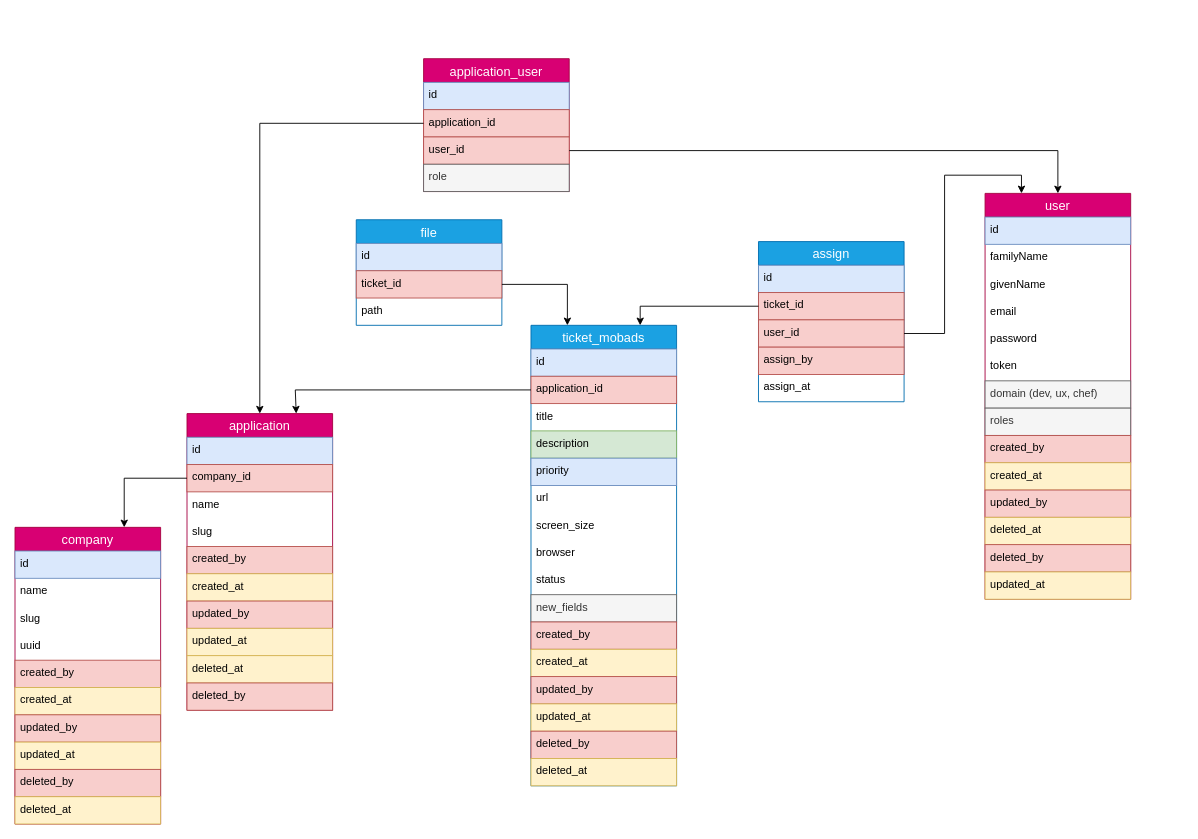
Before: doc/api_ticketManager.drawio in Naltpom/api_ticketManager, a draw.io diagram. Source tidied: cells renumbered, new cells numbered last; positions are measured from the earlier drawing's top-left corner, leaving out a move shared by most shapes. Both pictures are drawn from the tidied source at 91%, with x=0, y=0 at pixel (15, 58).
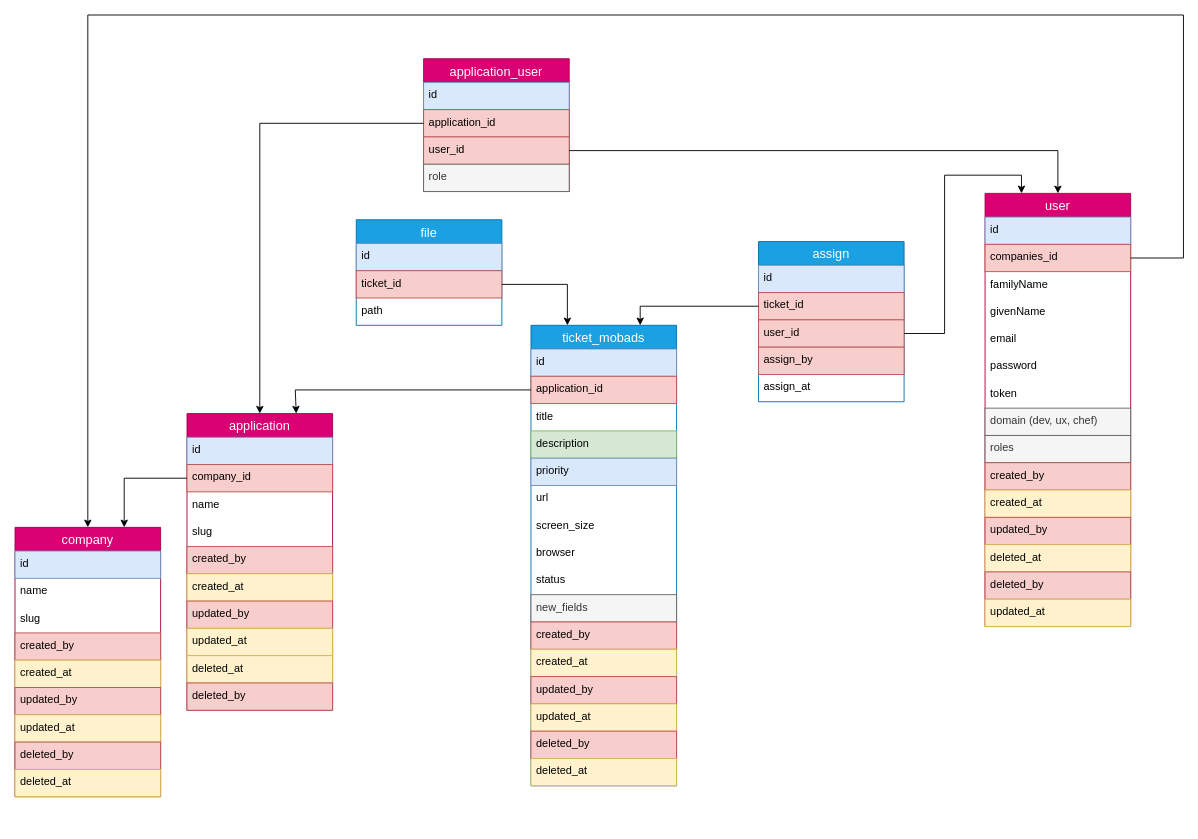
Above is the later version.

The edit, as a diff of the source:
```diff
@@
     <mxCell id="2" value="company" style="swimlane;fontStyle=0;horizontal=1;startSize=26;align=center;fontSize=14;fillColor=#d80073;strokeColor=#A50040;fontColor=#ffffff;" parent="1" vertex="1">
-      <mxGeometry y="515" width="160" height="326" as="geometry" />
+      <mxGeometry y="515" width="160" height="296" as="geometry" />
     </mxCell>
@@
-    <mxCell id="6" value="uuid" style="text;strokeColor=none;fillColor=none;spacingLeft=4;spacingRight=4;overflow=hidden;fontSize=12;" parent="2" vertex="1">
-      <mxGeometry y="116" width="160" height="30" as="geometry" />
-    </mxCell>
     <mxCell id="7" value="created_by" style="text;strokeColor=#b85450;fillColor=#f8cecc;spacingLeft=4;spacingRight=4;overflow=hidden;fontSize=12;" parent="2" vertex="1">
-      <mxGeometry y="146" width="160" height="30" as="geometry" />
+      <mxGeometry y="116" width="160" height="30" as="geometry" />
     </mxCell>
     <mxCell id="8" value="created_at" style="text;strokeColor=#d6b656;fillColor=#fff2cc;spacingLeft=4;spacingRight=4;overflow=hidden;fontSize=12;" parent="2" vertex="1">
-      <mxGeometry y="176" width="160" height="30" as="geometry" />
+      <mxGeometry y="146" width="160" height="30" as="geometry" />
     </mxCell>
     <mxCell id="9" value="updated_by" style="text;strokeColor=#b85450;fillColor=#f8cecc;spacingLeft=4;spacingRight=4;overflow=hidden;fontSize=12;" parent="2" vertex="1">
-      <mxGeometry y="206" width="160" height="30" as="geometry" />
+      <mxGeometry y="176" width="160" height="30" as="geometry" />
     </mxCell>
     <mxCell id="10" value="updated_at" style="text;strokeColor=#d6b656;fillColor=#fff2cc;spacingLeft=4;spacingRight=4;overflow=hidden;fontSize=12;" parent="2" vertex="1">
-      <mxGeometry y="236" width="160" height="30" as="geometry" />
+      <mxGeometry y="206" width="160" height="30" as="geometry" />
     </mxCell>
     <mxCell id="11" value="deleted_by" style="text;strokeColor=#b85450;fillColor=#f8cecc;spacingLeft=4;spacingRight=4;overflow=hidden;fontSize=12;" parent="2" vertex="1">
-      <mxGeometry y="266" width="160" height="30" as="geometry" />
+      <mxGeometry y="236" width="160" height="30" as="geometry" />
     </mxCell>
     <mxCell id="12" value="deleted_at" style="text;strokeColor=#d6b656;fillColor=#fff2cc;spacingLeft=4;spacingRight=4;overflow=hidden;fontSize=12;" parent="2" vertex="1">
-      <mxGeometry y="296" width="160" height="30" as="geometry" />
+      <mxGeometry y="266" width="160" height="30" as="geometry" />
     </mxCell>
     <mxCell id="13" value="user" style="swimlane;fontStyle=0;horizontal=1;startSize=26;align=center;fontSize=14;fillColor=#d80073;strokeColor=#A50040;fontColor=#ffffff;" parent="1" vertex="1">
-      <mxGeometry x="1066" y="148" width="160" height="446" as="geometry" />
+      <mxGeometry x="1066" y="148" width="160" height="476" as="geometry" />
     </mxCell>
@@
+    <mxCell id="78" value="companies_id" style="text;strokeColor=#b85450;fillColor=#f8cecc;spacingLeft=4;spacingRight=4;overflow=hidden;points=[[0,0.5],[1,0.5]];portConstraint=eastwest;fontSize=12;" parent="13" vertex="1">
+      <mxGeometry y="56" width="160" height="30" as="geometry" />
+    </mxCell>
     <mxCell id="15" value="familyName&#10;" style="text;strokeColor=none;fillColor=none;spacingLeft=4;spacingRight=4;overflow=hidden;fontSize=12;" parent="13" vertex="1">
-      <mxGeometry y="56" width="160" height="30" as="geometry" />
+      <mxGeometry y="86" width="160" height="30" as="geometry" />
     </mxCell>
     <mxCell id="16" value="givenName" style="text;strokeColor=none;fillColor=none;spacingLeft=4;spacingRight=4;overflow=hidden;fontSize=12;" parent="13" vertex="1">
-      <mxGeometry y="86" width="160" height="30" as="geometry" />
+      <mxGeometry y="116" width="160" height="30" as="geometry" />
     </mxCell>
     <mxCell id="17" value="email" style="text;strokeColor=none;fillColor=none;spacingLeft=4;spacingRight=4;overflow=hidden;fontSize=12;" parent="13" vertex="1">
-      <mxGeometry y="116" width="160" height="30" as="geometry" />
+      <mxGeometry y="146" width="160" height="30" as="geometry" />
     </mxCell>
     <mxCell id="18" value="password" style="text;strokeColor=none;fillColor=none;spacingLeft=4;spacingRight=4;overflow=hidden;fontSize=12;" parent="13" vertex="1">
-      <mxGeometry y="146" width="160" height="30" as="geometry" />
+      <mxGeometry y="176" width="160" height="30" as="geometry" />
     </mxCell>
     <mxCell id="19" value="token" style="text;strokeColor=none;fillColor=none;spacingLeft=4;spacingRight=4;overflow=hidden;fontSize=12;" parent="13" vertex="1">
-      <mxGeometry y="176" width="160" height="30" as="geometry" />
+      <mxGeometry y="206" width="160" height="30" as="geometry" />
     </mxCell>
     <mxCell id="20" value="domain (dev, ux, chef)" style="text;strokeColor=#666666;fillColor=#f5f5f5;spacingLeft=4;spacingRight=4;overflow=hidden;fontSize=12;fontColor=#333333;" parent="13" vertex="1">
-      <mxGeometry y="206" width="160" height="30" as="geometry" />
+      <mxGeometry y="236" width="160" height="30" as="geometry" />
     </mxCell>
     <mxCell id="21" value="roles" style="text;strokeColor=#666666;fillColor=#f5f5f5;spacingLeft=4;spacingRight=4;overflow=hidden;fontSize=12;fontColor=#333333;" parent="13" vertex="1">
-      <mxGeometry y="236" width="160" height="30" as="geometry" />
+      <mxGeometry y="266" width="160" height="30" as="geometry" />
     </mxCell>
     <mxCell id="22" value="created_by" style="text;strokeColor=#b85450;fillColor=#f8cecc;spacingLeft=4;spacingRight=4;overflow=hidden;fontSize=12;" parent="13" vertex="1">
-      <mxGeometry y="266" width="160" height="30" as="geometry" />
+      <mxGeometry y="296" width="160" height="30" as="geometry" />
     </mxCell>
     <mxCell id="23" value="created_at" style="text;strokeColor=#d6b656;fillColor=#fff2cc;spacingLeft=4;spacingRight=4;overflow=hidden;fontSize=12;" parent="13" vertex="1">
-      <mxGeometry y="296" width="160" height="30" as="geometry" />
+      <mxGeometry y="326" width="160" height="30" as="geometry" />
     </mxCell>
     <mxCell id="24" value="updated_by" style="text;strokeColor=#b85450;fillColor=#f8cecc;spacingLeft=4;spacingRight=4;overflow=hidden;fontSize=12;" parent="13" vertex="1">
-      <mxGeometry y="326" width="160" height="30" as="geometry" />
+      <mxGeometry y="356" width="160" height="30" as="geometry" />
     </mxCell>
     <mxCell id="25" value="deleted_at" style="text;strokeColor=#d6b656;fillColor=#fff2cc;spacingLeft=4;spacingRight=4;overflow=hidden;fontSize=12;" parent="13" vertex="1">
-      <mxGeometry y="356" width="160" height="30" as="geometry" />
+      <mxGeometry y="386" width="160" height="30" as="geometry" />
     </mxCell>
     <mxCell id="26" value="deleted_by" style="text;strokeColor=#b85450;fillColor=#f8cecc;spacingLeft=4;spacingRight=4;overflow=hidden;fontSize=12;" parent="13" vertex="1">
-      <mxGeometry y="386" width="160" height="30" as="geometry" />
+      <mxGeometry y="416" width="160" height="30" as="geometry" />
     </mxCell>
     <mxCell id="27" value="updated_at" style="text;strokeColor=#d6b656;fillColor=#fff2cc;spacingLeft=4;spacingRight=4;overflow=hidden;fontSize=12;" parent="13" vertex="1">
-      <mxGeometry y="416" width="160" height="30" as="geometry" />
+      <mxGeometry y="446" width="160" height="30" as="geometry" />
     </mxCell>
@@
+    <mxCell id="79" style="edgeStyle=orthogonalEdgeStyle;rounded=0;jettySize=auto;html=1;" parent="1" edge="1" source="78" target="2">
+      <mxGeometry relative="1" as="geometry">
+        <Array as="points">
+          <mxPoint x="1284" y="219" />
+          <mxPoint x="1284" y="-48" />
+          <mxPoint x="80" y="-48" />
+        </Array>
+      </mxGeometry>
+    </mxCell>
```
